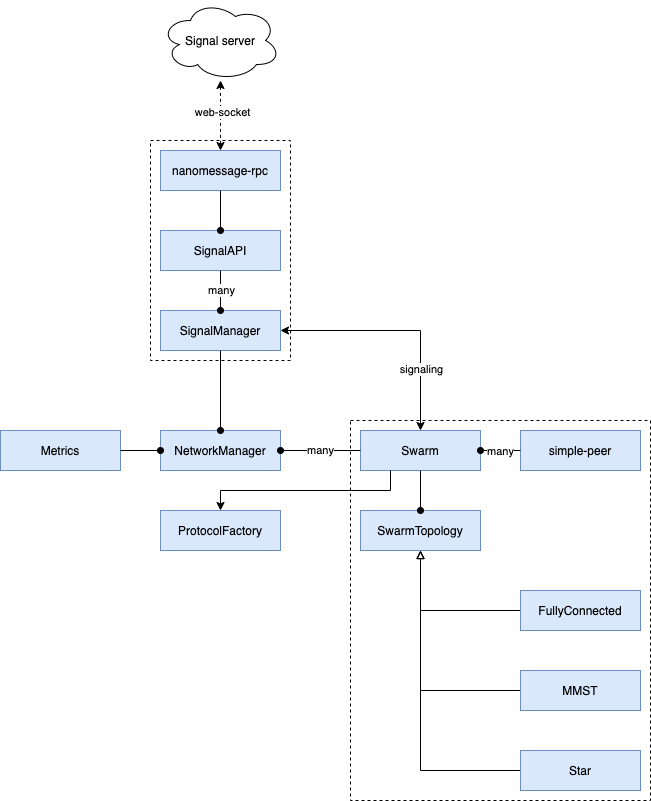
The draw.io diagram docs/content/diagrams/swarm.png in dxos/mesh, before a commit. Source tidied: cells renumbered, new cells last; positions are measured from the earlier drawing's top-left corner, leaving out a move shared by most shapes.
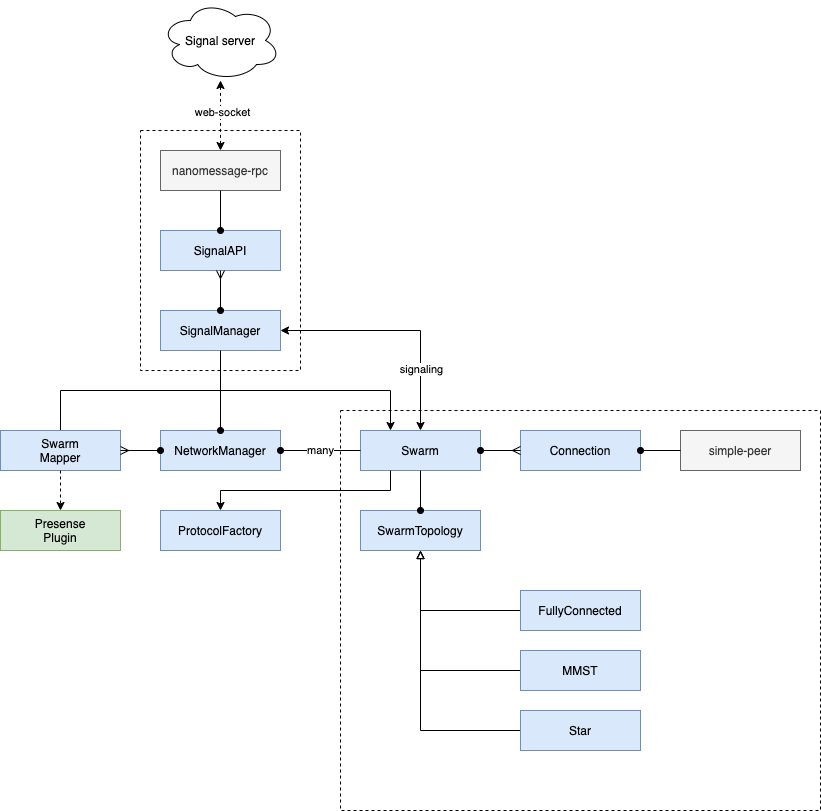
After the change.

Diff of the diagram source:
```diff
@@ -2,8 +2,11 @@
   <root>
     <mxCell id="0" />
     <mxCell id="1" parent="0" />
+    <mxCell id="33" style="rounded=0;whiteSpace=wrap;html=1;fillColor=none;dashed=1;" parent="1" vertex="1">
+      <mxGeometry x="140" y="130" width="160" height="240" as="geometry" />
+    </mxCell>
     <mxCell id="2" style="rounded=0;whiteSpace=wrap;html=1;fillColor=none;dashed=1;" parent="1" vertex="1">
-      <mxGeometry x="350" y="420" width="300" height="380" as="geometry" />
+      <mxGeometry x="340" y="410" width="480" height="400" as="geometry" />
     </mxCell>
     <mxCell id="3" style="edgeStyle=orthogonalEdgeStyle;rounded=0;jettySize=auto;html=1;startArrow=classic;startFill=1;dashed=1;" parent="1" edge="1" source="5" target="6">
       <mxGeometry relative="1" as="geometry" />
@@ -14,7 +17,7 @@
     <mxCell id="5" value="Signal server" style="ellipse;shape=cloud;whiteSpace=wrap;html=1;" parent="1" vertex="1">
       <mxGeometry x="160" width="120" height="80" as="geometry" />
     </mxCell>
-    <mxCell id="6" value="nanomessage-rpc" style="whiteSpace=wrap;html=1;fillColor=#dae8fc;strokeColor=#6c8ebf;" parent="1" vertex="1">
+    <mxCell id="6" value="nanomessage-rpc" style="whiteSpace=wrap;html=1;fillColor=#f5f5f5;strokeColor=#666666;fontColor=#333333;" parent="1" vertex="1">
       <mxGeometry x="160" y="150" width="120" height="40" as="geometry" />
     </mxCell>
     <mxCell id="7" value="SignalAPI" style="whiteSpace=wrap;html=1;fillColor=#dae8fc;strokeColor=#6c8ebf;" parent="1" vertex="1">
@@ -35,14 +38,9 @@
     <mxCell id="12" value="SignalManager" style="whiteSpace=wrap;html=1;fillColor=#dae8fc;strokeColor=#6c8ebf;" parent="1" vertex="1">
       <mxGeometry x="160" y="310" width="120" height="40" as="geometry" />
     </mxCell>
-    <mxCell id="13" style="edgeStyle=orthogonalEdgeStyle;rounded=0;jettySize=auto;html=1;exitX=0.5;exitY=1;exitDx=0;exitDy=0;entryX=0.5;entryY=0;entryDx=0;entryDy=0;endArrow=oval;endFill=1;" parent="1" edge="1" source="7" target="12">
+    <mxCell id="13" style="edgeStyle=orthogonalEdgeStyle;rounded=0;jettySize=auto;html=1;exitX=0.5;exitY=1;exitDx=0;exitDy=0;entryX=0.5;entryY=0;entryDx=0;entryDy=0;endArrow=oval;endFill=1;startArrow=ERmany;startFill=0;" parent="1" edge="1" source="7" target="12">
       <mxGeometry relative="1" as="geometry" />
     </mxCell>
-    <mxCell id="14" value="many" style="edgeLabel;html=1;align=center;verticalAlign=middle;" parent="13" vertex="1">
-      <mxGeometry x="0.11" y="-2" relative="1" as="geometry">
-        <mxPoint x="2" y="-2.5" as="offset" />
-      </mxGeometry>
-    </mxCell>
     <mxCell id="15" value="NetworkManager" style="whiteSpace=wrap;html=1;fillColor=#dae8fc;strokeColor=#6c8ebf;" parent="1" vertex="1">
       <mxGeometry x="160" y="430" width="120" height="40" as="geometry" />
     </mxCell>
@@ -60,17 +58,9 @@
         <mxPoint x="-3" y="3" as="offset" />
       </mxGeometry>
     </mxCell>
-    <mxCell id="20" value="simple-peer" style="whiteSpace=wrap;html=1;fillColor=#dae8fc;strokeColor=#6c8ebf;" parent="1" vertex="1">
-      <mxGeometry x="520" y="430" width="120" height="40" as="geometry" />
+    <mxCell id="20" value="simple-peer" style="whiteSpace=wrap;html=1;fillColor=#f5f5f5;strokeColor=#666666;fontColor=#333333;" parent="1" vertex="1">
+      <mxGeometry x="680" y="430" width="120" height="40" as="geometry" />
     </mxCell>
-    <mxCell id="21" style="edgeStyle=orthogonalEdgeStyle;rounded=0;jettySize=auto;html=1;exitX=0;exitY=0.5;exitDx=0;exitDy=0;entryX=1;entryY=0.5;entryDx=0;entryDy=0;endArrow=oval;endFill=1;" parent="1" edge="1" source="20" target="9">
-      <mxGeometry relative="1" as="geometry" />
-    </mxCell>
-    <mxCell id="22" value="many" style="edgeLabel;html=1;align=center;verticalAlign=middle;" parent="21" vertex="1">
-      <mxGeometry x="0.28" y="-1" relative="1" as="geometry">
-        <mxPoint x="5.8" y="1" as="offset" />
-      </mxGeometry>
-    </mxCell>
     <mxCell id="23" value="many" style="edgeStyle=orthogonalEdgeStyle;rounded=0;jettySize=auto;html=1;exitX=0;exitY=0.5;exitDx=0;exitDy=0;entryX=1;entryY=0.5;entryDx=0;entryDy=0;endArrow=oval;endFill=1;" parent="1" edge="1" source="9" target="15">
       <mxGeometry relative="1" as="geometry" />
     </mxCell>
@@ -84,7 +74,7 @@
       <mxGeometry relative="1" as="geometry" />
     </mxCell>
     <mxCell id="27" value="MMST&lt;span style=&quot;color: rgba(0 , 0 , 0 , 0) ; font-family: monospace ; font-size: 0px&quot;&gt;%3CmxGraphModel%3E%3Croot%3E%3CmxCell%20id%3D%220%22%2F%3E%3CmxCell%20id%3D%221%22%20parent%3D%220%22%2F%3E%3CmxCell%20id%3D%222%22%20value%3D%22SwarmTopology%22%20style%3D%22whiteSpace%3Dwrap%3Bhtml%3D1%3BfillColor%3D%23dae8fc%3BstrokeColor%3D%236c8ebf%3B%22%20vertex%3D%221%22%20parent%3D%221%22%3E%3CmxGeometry%20x%3D%22440%22%20y%3D%22520%22%20width%3D%22120%22%20height%3D%2240%22%20as%3D%22geometry%22%2F%3E%3C%2FmxCell%3E%3C%2Froot%3E%3C%2FmxGraphModel%3E&lt;/span&gt;" style="whiteSpace=wrap;html=1;fillColor=#dae8fc;strokeColor=#6c8ebf;" parent="1" vertex="1">
-      <mxGeometry x="520" y="670" width="120" height="40" as="geometry" />
+      <mxGeometry x="520" y="650" width="120" height="40" as="geometry" />
     </mxCell>
     <mxCell id="28" style="edgeStyle=orthogonalEdgeStyle;rounded=0;jettySize=auto;html=1;exitX=0;exitY=0.5;exitDx=0;exitDy=0;endArrow=block;endFill=0;" parent="1" edge="1" source="29" target="11">
       <mxGeometry relative="1" as="geometry" />
@@ -93,16 +83,36 @@
       <mxGeometry x="520" y="590" width="120" height="40" as="geometry" />
     </mxCell>
     <mxCell id="30" value="Star" style="whiteSpace=wrap;html=1;fillColor=#dae8fc;strokeColor=#6c8ebf;" parent="1" vertex="1">
-      <mxGeometry x="520" y="750" width="120" height="40" as="geometry" />
+      <mxGeometry x="520" y="710" width="120" height="40" as="geometry" />
     </mxCell>
+    <mxCell id="34" style="edgeStyle=orthogonalEdgeStyle;rounded=0;jettySize=auto;html=1;exitX=0.5;exitY=0;exitDx=0;exitDy=0;entryX=0.25;entryY=0;entryDx=0;entryDy=0;startArrow=none;startFill=0;endArrow=classic;endFill=1;" parent="1" edge="1" source="31" target="9">
+      <mxGeometry relative="1" as="geometry">
+        <Array as="points">
+          <mxPoint x="60" y="390" />
+          <mxPoint x="390" y="390" />
+        </Array>
+      </mxGeometry>
+    </mxCell>
-    <mxCell id="31" value="Metrics" style="whiteSpace=wrap;html=1;fillColor=#dae8fc;strokeColor=#6c8ebf;" parent="1" vertex="1">
+    <mxCell id="31" value="Swarm&lt;br&gt;Mapper" style="whiteSpace=wrap;html=1;fillColor=#dae8fc;strokeColor=#6c8ebf;" parent="1" vertex="1">
       <mxGeometry y="430" width="120" height="40" as="geometry" />
     </mxCell>
-    <mxCell id="32" style="edgeStyle=orthogonalEdgeStyle;rounded=0;jettySize=auto;html=1;exitX=1;exitY=0.5;exitDx=0;exitDy=0;entryX=0;entryY=0.5;entryDx=0;entryDy=0;endArrow=oval;endFill=1;" parent="1" edge="1" source="31" target="15">
+    <mxCell id="32" style="edgeStyle=orthogonalEdgeStyle;rounded=0;jettySize=auto;html=1;exitX=1;exitY=0.5;exitDx=0;exitDy=0;entryX=0;entryY=0.5;entryDx=0;entryDy=0;endArrow=oval;endFill=1;startArrow=ERmany;startFill=0;" parent="1" edge="1" source="31" target="15">
       <mxGeometry relative="1" as="geometry" />
     </mxCell>
-    <mxCell id="33" style="rounded=0;whiteSpace=wrap;html=1;fillColor=none;dashed=1;" parent="1" vertex="1">
-      <mxGeometry x="150" y="140" width="140" height="220" as="geometry" />
-    </mxCell>
+    <mxCell id="35" value="Connection" style="whiteSpace=wrap;html=1;fillColor=#dae8fc;strokeColor=#6c8ebf;" parent="1" vertex="1">
+      <mxGeometry x="520" y="430" width="120" height="40" as="geometry" />
+    </mxCell>
+    <mxCell id="36" style="edgeStyle=orthogonalEdgeStyle;rounded=0;jettySize=auto;html=1;exitX=1;exitY=0.5;exitDx=0;exitDy=0;entryX=0;entryY=0.5;entryDx=0;entryDy=0;endArrow=ERmany;endFill=0;startArrow=oval;startFill=1;" parent="1" edge="1" source="9" target="35">
+      <mxGeometry relative="1" as="geometry" />
+    </mxCell>
+    <mxCell id="37" style="edgeStyle=orthogonalEdgeStyle;rounded=0;jettySize=auto;html=1;endFill=1;endArrow=oval;entryX=1;entryY=0.5;entryDx=0;entryDy=0;" parent="1" edge="1" source="20" target="35">
+      <mxGeometry relative="1" as="geometry" />
+    </mxCell>
+    <mxCell id="38" value="Presense&lt;br&gt;Plugin" style="whiteSpace=wrap;html=1;fillColor=#d5e8d4;strokeColor=#82b366;" parent="1" vertex="1">
+      <mxGeometry y="510" width="120" height="40" as="geometry" />
+    </mxCell>
+    <mxCell id="39" style="edgeStyle=orthogonalEdgeStyle;rounded=0;jettySize=auto;html=1;exitX=0.5;exitY=1;exitDx=0;exitDy=0;entryX=0.5;entryY=0;entryDx=0;entryDy=0;endArrow=classic;endFill=1;dashed=1;" parent="1" edge="1" source="31" target="38">
+      <mxGeometry relative="1" as="geometry" />
+    </mxCell>
   </root>
 </mxGraphModel>
```
